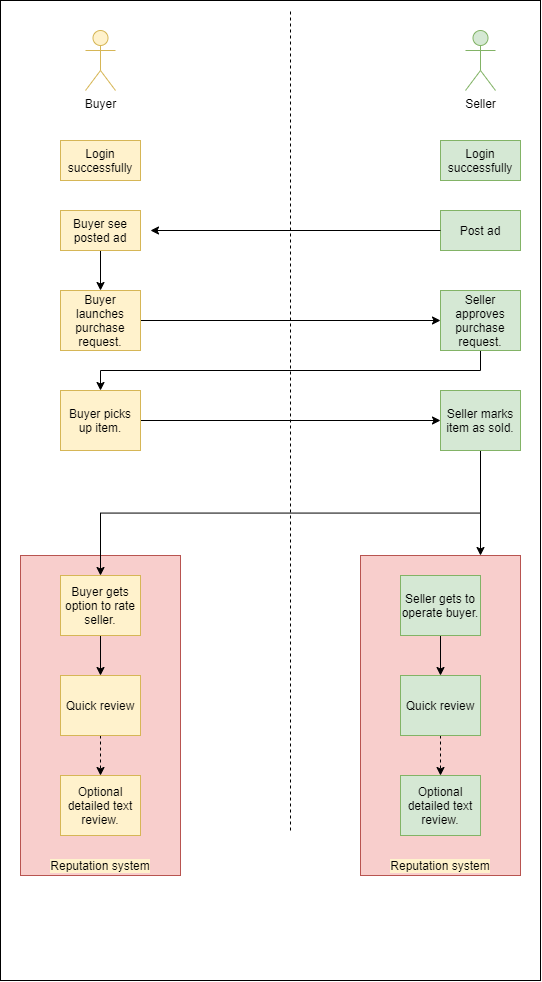
Before: docs/reputation-system/Images/ReputationSystemFlowchart.png, a diagram exported from draw.io (kumaravelrajan/ChemieLedger). Source tidied: cells renumbered, new cells last; positions are measured from the earlier drawing's top-left corner, leaving out a move shared by most shapes.
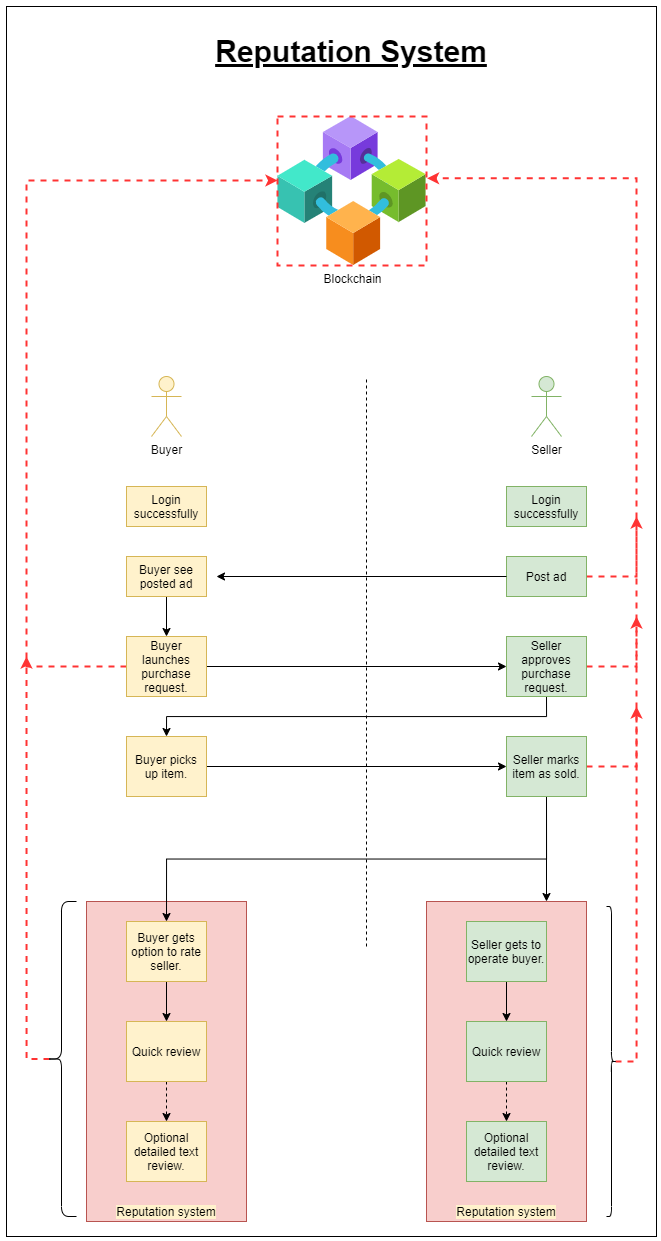
The same file after the commit.

Change to the diagram source:
```diff
@@ -3,7 +3,7 @@
     <mxCell id="0" />
     <mxCell id="1" parent="0" />
     <mxCell id="2" style="rounded=0;whiteSpace=wrap;html=1;" parent="1" vertex="1">
-      <mxGeometry width="540" height="980" as="geometry" />
+      <mxGeometry x="-60" y="-340" width="650" height="1230" as="geometry" />
     </mxCell>
     <mxCell id="3" style="rounded=0;whiteSpace=wrap;html=1;labelBackgroundColor=#000000;fillColor=#f8cecc;strokeColor=#b85450;" parent="1" vertex="1">
       <mxGeometry x="20" y="555" width="160" height="320" as="geometry" />
@@ -20,12 +20,29 @@
     <mxCell id="7" value="Login successfully" style="rounded=0;whiteSpace=wrap;html=1;fillColor=#fff2cc;strokeColor=#d6b656;" parent="1" vertex="1">
       <mxGeometry x="60" y="140" width="80" height="40" as="geometry" />
     </mxCell>
+    <mxCell id="35" style="edgeStyle=orthogonalEdgeStyle;rounded=0;jettySize=auto;html=1;exitX=1;exitY=0.5;exitDx=0;exitDy=0;entryX=1.004;entryY=0.415;entryDx=0;entryDy=0;entryPerimeter=0;strokeColor=#FF3333;strokeWidth=2;dashed=1;" parent="1" edge="1" source="8" target="39">
+      <mxGeometry relative="1" as="geometry">
+        <Array as="points">
+          <mxPoint x="570" y="230" />
+          <mxPoint x="570" y="-168" />
+        </Array>
+      </mxGeometry>
+    </mxCell>
     <mxCell id="8" value="Post ad" style="rounded=0;whiteSpace=wrap;html=1;fillColor=#d5e8d4;strokeColor=#82b366;" parent="1" vertex="1">
       <mxGeometry x="440" y="210" width="80" height="40" as="geometry" />
     </mxCell>
     <mxCell id="9" style="edgeStyle=orthogonalEdgeStyle;rounded=0;jettySize=auto;html=1;exitX=0.5;exitY=1;exitDx=0;exitDy=0;entryX=0.5;entryY=0;entryDx=0;entryDy=0;fontColor=#D5E8D4;" parent="1" edge="1" source="10" target="16">
       <mxGeometry relative="1" as="geometry" />
     </mxCell>
+    <mxCell id="36" style="edgeStyle=orthogonalEdgeStyle;rounded=0;jettySize=auto;html=1;exitX=1;exitY=0.5;exitDx=0;exitDy=0;dashed=1;endSize=6;strokeWidth=2;strokeColor=#FF3333;" parent="1" edge="1" source="10">
+      <mxGeometry relative="1" as="geometry">
+        <mxPoint x="570" y="170" as="targetPoint" />
+        <Array as="points">
+          <mxPoint x="570" y="320" />
+          <mxPoint x="570" y="210" />
+        </Array>
+      </mxGeometry>
+    </mxCell>
     <mxCell id="10" value="Seller approves purchase request." style="rounded=0;whiteSpace=wrap;html=1;fillColor=#d5e8d4;strokeColor=#82b366;" parent="1" vertex="1">
       <mxGeometry x="440" y="290" width="80" height="60" as="geometry" />
     </mxCell>
@@ -38,6 +55,15 @@
     <mxCell id="13" style="edgeStyle=orthogonalEdgeStyle;rounded=0;jettySize=auto;html=1;entryX=0;entryY=0.5;entryDx=0;entryDy=0;fontColor=#D5E8D4;" parent="1" edge="1" source="14" target="10">
       <mxGeometry relative="1" as="geometry" />
     </mxCell>
+    <mxCell id="37" style="edgeStyle=orthogonalEdgeStyle;rounded=0;jettySize=auto;html=1;exitX=0;exitY=0.5;exitDx=0;exitDy=0;dashed=1;endSize=6;strokeWidth=2;strokeColor=#FF3333;" parent="1" edge="1" source="14">
+      <mxGeometry relative="1" as="geometry">
+        <mxPoint x="211" y="-166" as="targetPoint" />
+        <Array as="points">
+          <mxPoint x="-40" y="320" />
+          <mxPoint x="-40" y="-166" />
+        </Array>
+      </mxGeometry>
+    </mxCell>
     <mxCell id="14" value="Buyer launches purchase request.&lt;br&gt;" style="rounded=0;whiteSpace=wrap;html=1;fillColor=#fff2cc;strokeColor=#d6b656;" parent="1" vertex="1">
       <mxGeometry x="60" y="290" width="80" height="60" as="geometry" />
     </mxCell>
@@ -51,8 +77,8 @@
     </mxCell>
     <mxCell id="17" style="endArrow=none;dashed=1;html=1;fontColor=#D5E8D4;" parent="1" edge="1">
       <mxGeometry relative="1" as="geometry">
-        <mxPoint x="290" y="830" as="sourcePoint" />
-        <mxPoint x="290" y="10" as="targetPoint" />
+        <mxPoint x="300" y="600" as="sourcePoint" />
+        <mxPoint x="300" y="30" as="targetPoint" />
       </mxGeometry>
     </mxCell>
     <mxCell id="18" style="endArrow=classic;html=1;fontColor=#D5E8D4;exitX=0;exitY=0.5;exitDx=0;exitDy=0;" parent="1" edge="1" source="8">
@@ -66,6 +92,15 @@
     <mxCell id="20" style="edgeStyle=orthogonalEdgeStyle;rounded=0;jettySize=auto;html=1;exitX=0.5;exitY=1;exitDx=0;exitDy=0;entryX=0.75;entryY=0;entryDx=0;entryDy=0;" parent="1" edge="1" source="21" target="28">
       <mxGeometry relative="1" as="geometry" />
     </mxCell>
+    <mxCell id="38" style="edgeStyle=orthogonalEdgeStyle;rounded=0;jettySize=auto;html=1;exitX=1;exitY=0.5;exitDx=0;exitDy=0;dashed=1;endSize=6;strokeColor=#FF3333;strokeWidth=2;" parent="1" edge="1" source="21">
+      <mxGeometry relative="1" as="geometry">
+        <mxPoint x="570" y="270" as="targetPoint" />
+        <Array as="points">
+          <mxPoint x="570" y="420" />
+          <mxPoint x="570" y="300" />
+        </Array>
+      </mxGeometry>
+    </mxCell>
     <mxCell id="21" value="Seller marks item as sold." style="rounded=0;whiteSpace=wrap;html=1;fillColor=#d5e8d4;strokeColor=#82b366;" parent="1" vertex="1">
       <mxGeometry x="440" y="390" width="80" height="60" as="geometry" />
     </mxCell>
@@ -116,5 +151,31 @@
     <mxCell id="34" value="&lt;font color=&quot;#000000&quot; style=&quot;background-color: rgb(255 , 242 , 204)&quot;&gt;Reputation system&lt;/font&gt;" style="text;html=1;strokeColor=none;fillColor=none;align=center;verticalAlign=middle;whiteSpace=wrap;rounded=0;labelBackgroundColor=#000000;fontColor=#D5E8D4;" parent="1" vertex="1">
       <mxGeometry x="385" y="855" width="110" height="20" as="geometry" />
     </mxCell>
+    <mxCell id="39" value="Blockchain&lt;br&gt;" style="html=1;points=[];align=center;image;fontSize=12;image=img/lib/azure2/blockchain/Consortium.svg;perimeterSpacing=0;strokeWidth=2;dashed=1;imageBorder=#FF3333;direction=east;" parent="1" vertex="1">
+      <mxGeometry x="211" y="-230" width="149" height="149" as="geometry" />
+    </mxCell>
+    <mxCell id="40" style="edgeStyle=orthogonalEdgeStyle;rounded=0;jettySize=auto;html=1;exitX=0.1;exitY=0.5;exitDx=0;exitDy=0;exitPerimeter=0;dashed=1;endSize=6;strokeColor=#FF3333;strokeWidth=2;" parent="1" edge="1" source="41">
+      <mxGeometry relative="1" as="geometry">
+        <mxPoint x="570" y="360" as="targetPoint" />
+        <Array as="points">
+          <mxPoint x="570" y="715" />
+          <mxPoint x="570" y="387" />
+        </Array>
+      </mxGeometry>
+    </mxCell>
+    <mxCell id="41" style="shape=curlyBracket;whiteSpace=wrap;html=1;rounded=1;flipH=1;strokeWidth=1;" parent="1" vertex="1">
+      <mxGeometry x="540" y="560" width="10" height="310" as="geometry" />
+    </mxCell>
+    <mxCell id="42" style="edgeStyle=orthogonalEdgeStyle;rounded=0;jettySize=auto;html=1;exitX=0.1;exitY=0.5;exitDx=0;exitDy=0;exitPerimeter=0;dashed=1;endSize=6;strokeColor=#FF3333;strokeWidth=2;" parent="1" edge="1" source="43">
+      <mxGeometry relative="1" as="geometry">
+        <mxPoint x="-40" y="310" as="targetPoint" />
+      </mxGeometry>
+    </mxCell>
+    <mxCell id="43" style="shape=curlyBracket;whiteSpace=wrap;html=1;rounded=1;strokeWidth=1;" parent="1" vertex="1">
+      <mxGeometry x="-20" y="555" width="30" height="315" as="geometry" />
+    </mxCell>
+    <mxCell id="44" value="&lt;b&gt;&lt;u&gt;&lt;font style=&quot;font-size: 30px&quot;&gt;Reputation System&lt;/font&gt;&lt;/u&gt;&lt;/b&gt;" style="text;html=1;strokeColor=none;fillColor=none;align=center;verticalAlign=middle;whiteSpace=wrap;rounded=0;" parent="1" vertex="1">
+      <mxGeometry x="110.5" y="-330" width="350" height="70" as="geometry" />
+    </mxCell>
   </root>
 </mxGraphModel>
```
